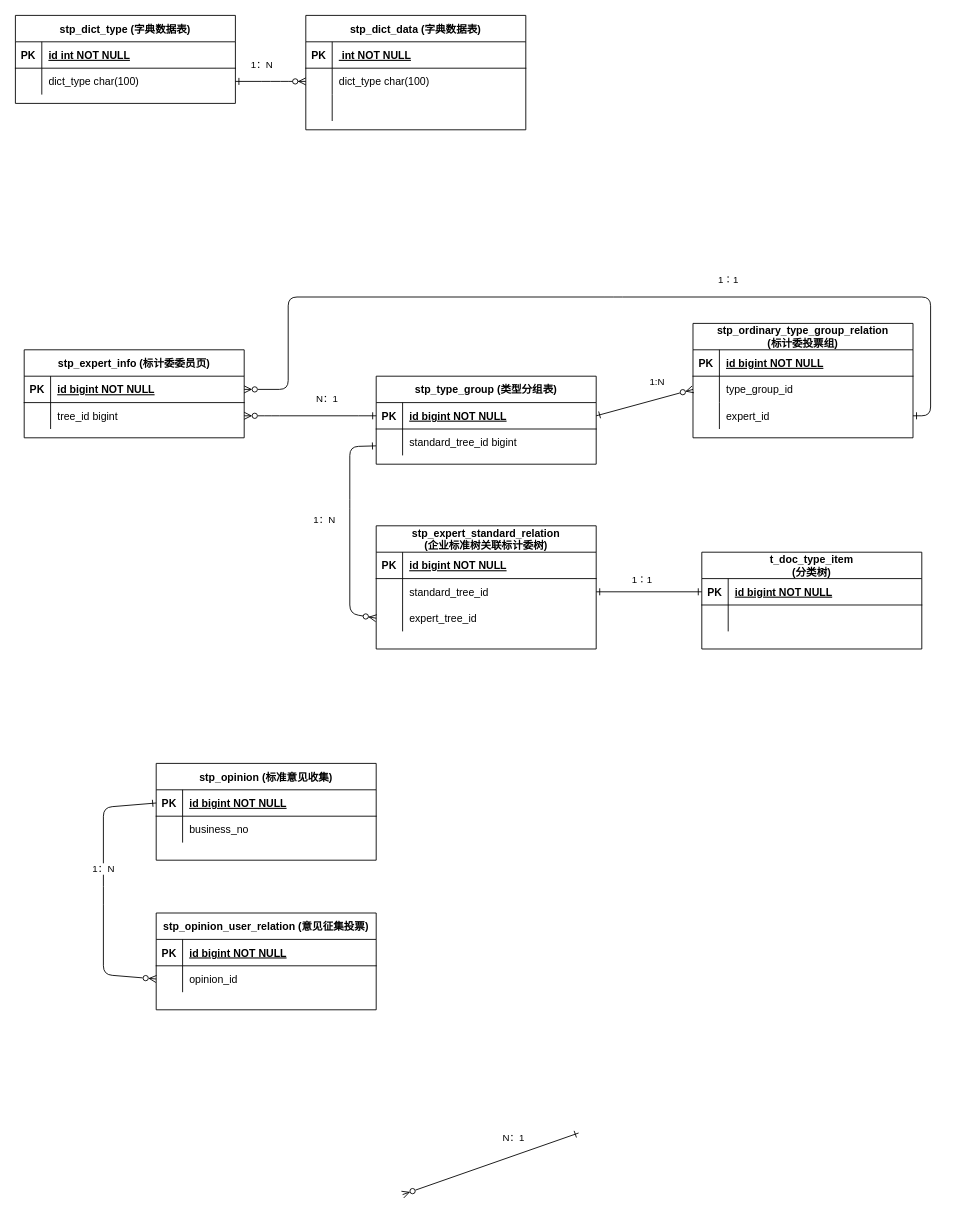
The draw.io diagram 标准化/标准化er.drawio in DemonHan/KuickBuy, before the edit. Source tidied: cells renumbered, new cells numbered last; positions are measured from the earlier drawing's top-left corner, leaving out a move shared by most shapes. Both pictures are drawn from the tidied source at 88%, with x=0, y=0 at pixel (15, 15).
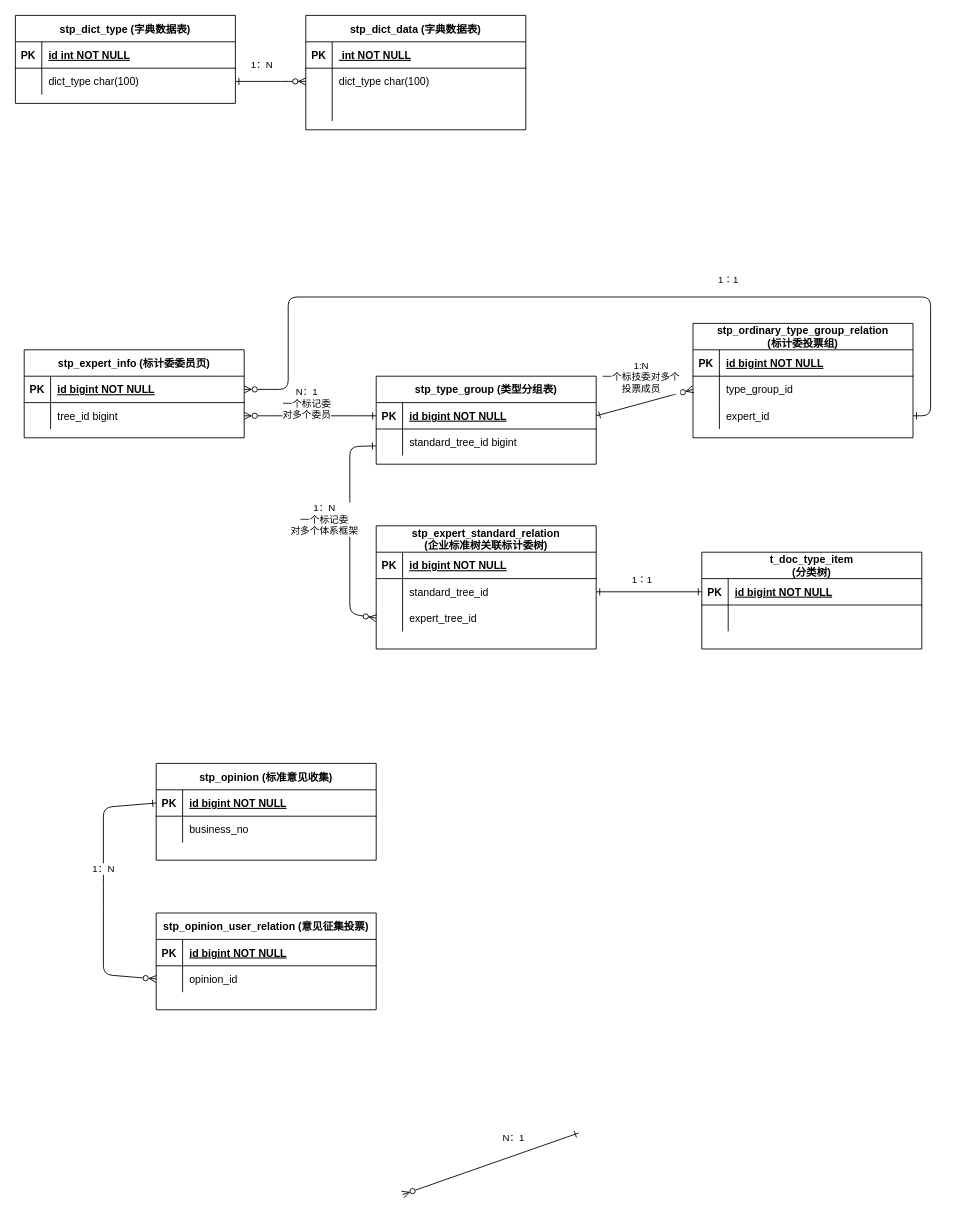
After the change.

Commit message (it also covers changes not shown here):
更新标准化er.drawio

The change refers to these unchanged cells:
```xml
<mxCell id="35" style="edgeStyle=entityRelationEdgeStyle;endArrow=ERzeroToMany;startArrow=ERone;endFill=0;startFill=0;exitX=0;exitY=0.5;exitDx=0;exitDy=0;entryX=1;entryY=0.5;entryDx=0;entryDy=0;" parent="1" edge="1" source="29" target="25">
  <mxGeometry relative="1" as="geometry" />
</mxCell>
<mxCell id="47" style="endArrow=ERzeroToMany;startArrow=ERone;endFill=1;startFill=0;entryX=0;entryY=0.5;entryDx=0;entryDy=0;exitX=-0.001;exitY=0.639;exitDx=0;exitDy=0;exitPerimeter=0;" parent="1" edge="1" source="32" target="44">
  <mxGeometry relative="1" as="geometry">
    <Array as="points">
      <mxPoint x="380" y="490" />
      <mxPoint x="380" y="560" />
      <mxPoint x="380" y="680" />
    </Array>
  </mxGeometry>
</mxCell>
<mxCell id="86" style="endArrow=ERone;startArrow=ERzeroToMany;endFill=0;startFill=0;exitX=0;exitY=0.5;exitDx=0;exitDy=0;" parent="1" edge="1" source="80">
  <mxGeometry relative="1" as="geometry">
    <mxPoint x="660" y="455" as="targetPoint" />
  </mxGeometry>
</mxCell>
```

Change to the diagram source:
```diff
@@
-    <mxCell id="36" value="N：1" style="edgeLabel;html=1;align=center;verticalAlign=middle;" parent="35" vertex="1">
+    <mxCell id="36" value="N：1&lt;div&gt;一个标记委&lt;/div&gt;&lt;div&gt;对多个委员&lt;/div&gt;" style="edgeLabel;html=1;align=center;verticalAlign=middle;" parent="35" vertex="1">
       <mxGeometry x="-0.26" relative="1" as="geometry">
-        <mxPoint x="-1" y="-20" as="offset" />
+        <mxPoint x="-24" y="-15" as="offset" />
       </mxGeometry>
     </mxCell>
@@
-    <mxCell id="48" value="1：N" style="edgeLabel;html=1;align=center;verticalAlign=middle;" parent="47" vertex="1">
+    <mxCell id="48" value="1：N&lt;div&gt;一个标记委&lt;/div&gt;&lt;div&gt;对多个体系框架&lt;/div&gt;" style="edgeLabel;html=1;align=center;verticalAlign=middle;" parent="47" vertex="1">
       <mxGeometry x="-0.26" relative="1" as="geometry">
         <mxPoint x="-30" y="19" as="offset" />
       </mxGeometry>
     </mxCell>
@@
-    <mxCell id="87" value="1:N" style="edgeLabel;html=1;align=center;verticalAlign=middle;" parent="86" vertex="1">
+    <mxCell id="87" value="1:N&lt;div&gt;一个标技委对多个&lt;/div&gt;&lt;div&gt;投票成员&lt;/div&gt;" style="edgeLabel;html=1;align=center;verticalAlign=middle;" parent="86" vertex="1">
       <mxGeometry x="-0.26" relative="1" as="geometry">
-        <mxPoint x="-1" y="-20" as="offset" />
+        <mxPoint x="-19" y="-26" as="offset" />
       </mxGeometry>
     </mxCell>
```
